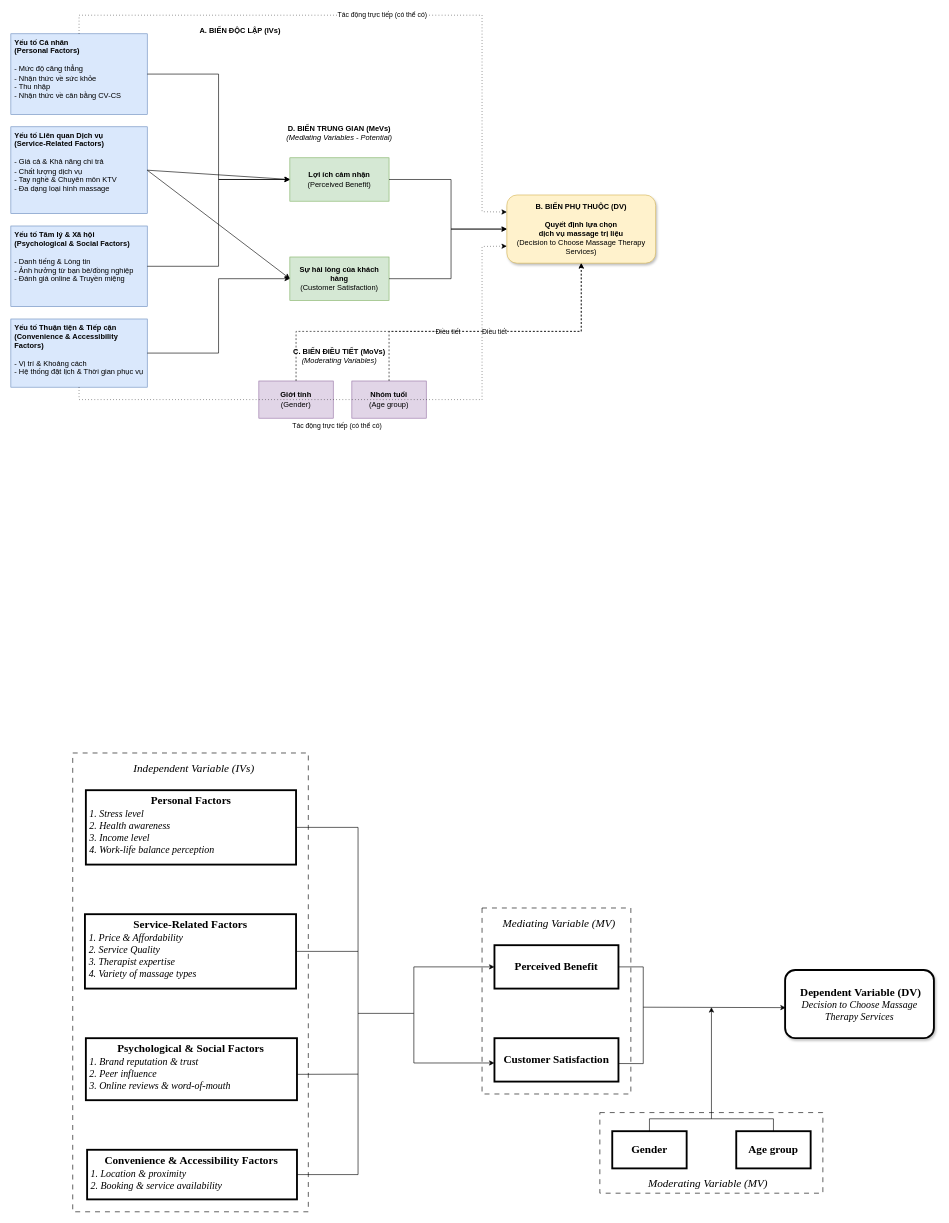
Earlier version of the draw.io diagram Chi.drawio (anhdang42392/Linux). Source tidied: cells renumbered, new cells numbered last; positions are measured from the earlier drawing's top-left corner, leaving out a move shared by most shapes. Both pictures are drawn from the tidied source at 62%, with x=0, y=0 at pixel (11, 15).
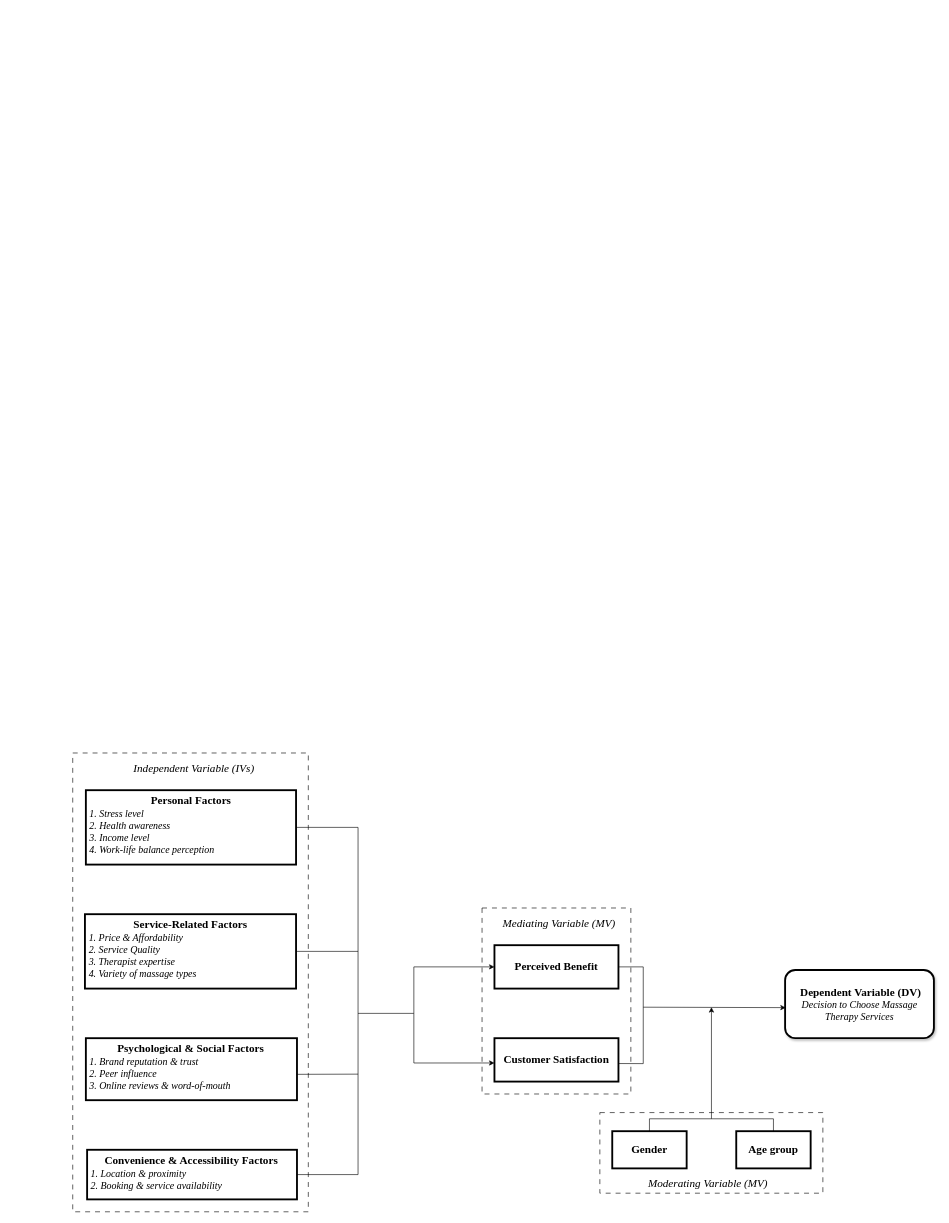
After the change.

Change to the diagram source:
```diff
@@
-    <mxCell id="2" value="&lt;b&gt;Yếu tố Cá nhân&lt;br&gt;(Personal Factors)&lt;/b&gt;&lt;div&gt;&lt;br&gt;&lt;/div&gt;&lt;div&gt;- Mức độ căng thẳng&lt;/div&gt;&lt;div&gt;- Nhận thức về sức khỏe&lt;/div&gt;&lt;div&gt;- Thu nhập&lt;/div&gt;&lt;div&gt;- Nhận thức về cân bằng CV-CS&lt;/div&gt;" style="rounded=0;whiteSpace=wrap;html=1;align=left;verticalAlign=top;spacingLeft=4;fillColor=#dae8fc;strokeColor=#6c8ebf;" parent="1" vertex="1">
-      <mxGeometry y="30" width="220" height="130" as="geometry" />
-    </mxCell>
-    <mxCell id="3" value="&lt;b&gt;Yếu tố Liên quan Dịch vụ&lt;br&gt;(Service-Related Factors)&lt;/b&gt;&lt;div&gt;&lt;br&gt;&lt;/div&gt;&lt;div&gt;- Giá cả &amp;amp; Khả năng chi trả&lt;/div&gt;&lt;div&gt;- Chất lượng dịch vụ&lt;/div&gt;&lt;div&gt;- Tay nghề &amp;amp; Chuyên môn KTV&lt;/div&gt;&lt;div&gt;- Đa dạng loại hình massage&lt;/div&gt;" style="rounded=0;whiteSpace=wrap;html=1;align=left;verticalAlign=top;spacingLeft=4;fillColor=#dae8fc;strokeColor=#6c8ebf;" parent="1" vertex="1">
-      <mxGeometry y="180" width="220" height="140" as="geometry" />
-    </mxCell>
-    <mxCell id="4" value="&lt;b&gt;Yếu tố Tâm lý &amp;amp; Xã hội&lt;br&gt;(Psychological &amp;amp; Social Factors)&lt;/b&gt;&lt;div&gt;&lt;br&gt;&lt;/div&gt;&lt;div&gt;- Danh tiếng &amp;amp; Lòng tin&lt;/div&gt;&lt;div&gt;- Ảnh hưởng từ bạn bè/đồng nghiệp&lt;/div&gt;&lt;div&gt;- Đánh giá online &amp;amp; Truyền miệng&lt;/div&gt;" style="rounded=0;whiteSpace=wrap;html=1;align=left;verticalAlign=top;spacingLeft=4;fillColor=#dae8fc;strokeColor=#6c8ebf;" parent="1" vertex="1">
-      <mxGeometry y="340" width="220" height="130" as="geometry" />
-    </mxCell>
-    <mxCell id="5" value="&lt;b&gt;Yếu tố Thuận tiện &amp;amp; Tiếp cận&lt;br&gt;(Convenience &amp;amp; Accessibility Factors)&lt;/b&gt;&lt;div&gt;&lt;br&gt;&lt;/div&gt;&lt;div&gt;- Vị trí &amp;amp; Khoảng cách&lt;/div&gt;&lt;div&gt;- Hệ thống đặt lịch &amp;amp; Thời gian phục vụ&lt;/div&gt;" style="rounded=0;whiteSpace=wrap;html=1;align=left;verticalAlign=top;spacingLeft=4;fillColor=#dae8fc;strokeColor=#6c8ebf;" parent="1" vertex="1">
-      <mxGeometry y="490" width="220" height="110" as="geometry" />
-    </mxCell>
-    <mxCell id="6" value="&lt;b&gt;B. BIẾN PHỤ THUỘC (DV)&lt;/b&gt;&lt;div&gt;&lt;b&gt;&lt;br&gt;&lt;/b&gt;&lt;/div&gt;&lt;div&gt;&lt;b&gt;Quyết định lựa chọn&lt;/b&gt;&lt;/div&gt;&lt;div&gt;&lt;b&gt;dịch vụ massage trị liệu&lt;/b&gt;&lt;/div&gt;&lt;div&gt;(Decision to Choose Massage Therapy Services)&lt;/div&gt;" style="rounded=1;whiteSpace=wrap;html=1;fillColor=#fff2cc;strokeColor=#d6b656;shadow=1;" parent="1" vertex="1">
-      <mxGeometry x="800" y="290" width="240" height="110" as="geometry" />
-    </mxCell>
-    <mxCell id="7" style="group;" parent="1" vertex="1">
-      <mxGeometry x="290" y="10" width="160" height="30" as="geometry" />
-    </mxCell>
-    <mxCell id="8" value="&lt;b&gt;A. BIẾN ĐỘC LẬP (IVs)&lt;/b&gt;" style="text;html=1;strokeColor=none;fillColor=none;align=center;verticalAlign=middle;whiteSpace=wrap;rounded=0;" parent="7" vertex="1">
-      <mxGeometry width="160" height="30" as="geometry" />
-    </mxCell>
-    <mxCell id="9" value="&lt;b&gt;D. BIẾN TRUNG GIAN (MeVs)&lt;/b&gt;&lt;div&gt;&lt;i&gt;(Mediating Variables - Potential)&lt;/i&gt;&lt;/div&gt;" style="text;html=1;strokeColor=none;fillColor=none;align=center;verticalAlign=middle;whiteSpace=wrap;rounded=0;" parent="1" vertex="1">
-      <mxGeometry x="420" y="170" width="220" height="40" as="geometry" />
-    </mxCell>
-    <mxCell id="10" value="&lt;b&gt;Lợi ích cảm nhận&lt;/b&gt;&lt;div&gt;(Perceived Benefit)&lt;/div&gt;" style="rounded=0;whiteSpace=wrap;html=1;fillColor=#d5e8d4;strokeColor=#82b366;" parent="1" vertex="1">
-      <mxGeometry x="450" y="230" width="160" height="70" as="geometry" />
-    </mxCell>
-    <mxCell id="11" value="&lt;b&gt;Sự hài lòng của khách hàng&lt;/b&gt;&lt;div&gt;(Customer Satisfaction)&lt;/div&gt;" style="rounded=0;whiteSpace=wrap;html=1;fillColor=#d5e8d4;strokeColor=#82b366;" parent="1" vertex="1">
-      <mxGeometry x="450" y="390" width="160" height="70" as="geometry" />
-    </mxCell>
-    <mxCell id="12" value="&lt;b&gt;C. BIẾN ĐIỀU TIẾT (MoVs)&lt;/b&gt;&lt;div&gt;&lt;i&gt;(Moderating Variables)&lt;/i&gt;&lt;/div&gt;" style="text;html=1;strokeColor=none;fillColor=none;align=center;verticalAlign=middle;whiteSpace=wrap;rounded=0;" parent="1" vertex="1">
-      <mxGeometry x="420" y="530" width="220" height="40" as="geometry" />
-    </mxCell>
-    <mxCell id="13" value="&lt;b&gt;Giới tính&lt;/b&gt;&lt;div&gt;(Gender)&lt;/div&gt;" style="rounded=0;whiteSpace=wrap;html=1;fillColor=#e1d5e7;strokeColor=#9673a6;" parent="1" vertex="1">
-      <mxGeometry x="400" y="590" width="120" height="60" as="geometry" />
-    </mxCell>
-    <mxCell id="14" value="&lt;b&gt;Nhóm tuổi&lt;/b&gt;&lt;div&gt;(Age group)&lt;/div&gt;" style="rounded=0;whiteSpace=wrap;html=1;fillColor=#e1d5e7;strokeColor=#9673a6;" parent="1" vertex="1">
-      <mxGeometry x="550" y="590" width="120" height="60" as="geometry" />
-    </mxCell>
-    <mxCell id="15" style="endArrow=classic;html=1;rounded=0;exitX=1;exitY=0.5;exitDx=0;exitDy=0;entryX=0;entryY=0.5;entryDx=0;entryDy=0;" parent="1" edge="1" source="2" target="10">
-      <mxGeometry relative="1" as="geometry">
-        <Array as="points">
-          <mxPoint x="335" y="95" />
-          <mxPoint x="335" y="265" />
-        </Array>
-      </mxGeometry>
-    </mxCell>
-    <mxCell id="16" style="endArrow=classic;html=1;rounded=0;exitX=1;exitY=0.5;exitDx=0;exitDy=0;" parent="1" edge="1" source="3">
-      <mxGeometry relative="1" as="geometry">
-        <mxPoint x="450" y="265" as="targetPoint" />
-      </mxGeometry>
-    </mxCell>
-    <mxCell id="17" style="endArrow=classic;html=1;rounded=0;exitX=1;exitY=0.5;exitDx=0;exitDy=0;entryX=0;entryY=0.5;entryDx=0;entryDy=0;" parent="1" edge="1" source="4" target="10">
-      <mxGeometry relative="1" as="geometry">
-        <Array as="points">
-          <mxPoint x="335" y="405" />
-          <mxPoint x="335" y="265" />
-        </Array>
-      </mxGeometry>
-    </mxCell>
-    <mxCell id="18" style="endArrow=classic;html=1;rounded=0;exitX=1;exitY=0.5;exitDx=0;exitDy=0;entryX=0;entryY=0.5;entryDx=0;entryDy=0;" parent="1" edge="1" source="3" target="11">
-      <mxGeometry relative="1" as="geometry" />
-    </mxCell>
-    <mxCell id="19" style="endArrow=classic;html=1;rounded=0;exitX=1;exitY=0.5;exitDx=0;exitDy=0;entryX=0;entryY=0.5;entryDx=0;entryDy=0;" parent="1" edge="1" source="5" target="11">
-      <mxGeometry relative="1" as="geometry">
-        <Array as="points">
-          <mxPoint x="335" y="545" />
-          <mxPoint x="335" y="425" />
-        </Array>
-      </mxGeometry>
-    </mxCell>
-    <mxCell id="20" style="endArrow=classic;html=1;rounded=0;exitX=1;exitY=0.5;exitDx=0;exitDy=0;entryX=0;entryY=0.5;entryDx=0;entryDy=0;" parent="1" edge="1" source="10" target="6">
-      <mxGeometry relative="1" as="geometry">
-        <Array as="points">
-          <mxPoint x="710" y="265" />
-          <mxPoint x="710" y="345" />
-        </Array>
-      </mxGeometry>
-    </mxCell>
-    <mxCell id="21" style="endArrow=classic;html=1;rounded=0;exitX=1;exitY=0.5;exitDx=0;exitDy=0;entryX=0;entryY=0.5;entryDx=0;entryDy=0;" parent="1" edge="1" source="11" target="6">
-      <mxGeometry relative="1" as="geometry">
-        <Array as="points">
-          <mxPoint x="710" y="425" />
-          <mxPoint x="710" y="345" />
-        </Array>
-      </mxGeometry>
-    </mxCell>
-    <mxCell id="22" value="Điều tiết" style="endArrow=classic;html=1;rounded=0;entryX=0.5;entryY=1;entryDx=0;entryDy=0;dashed=1;" parent="1" edge="1" target="6">
-      <mxGeometry relative="1" as="geometry">
-        <mxPoint x="460" y="590" as="sourcePoint" />
-        <Array as="points">
-          <mxPoint x="460" y="510" />
-          <mxPoint x="920" y="510" />
-        </Array>
-      </mxGeometry>
-    </mxCell>
-    <mxCell id="23" value="Điều tiết" style="endArrow=classic;html=1;rounded=0;entryX=0.5;entryY=1;entryDx=0;entryDy=0;dashed=1;" parent="1" edge="1">
-      <mxGeometry relative="1" as="geometry">
-        <mxPoint x="610" y="590" as="sourcePoint" />
-        <mxPoint x="920" y="400" as="targetPoint" />
-        <Array as="points">
-          <mxPoint x="610" y="510" />
-          <mxPoint x="920" y="510" />
-        </Array>
-      </mxGeometry>
-    </mxCell>
-    <mxCell id="24" value="Tác động trực tiếp (có thể có)" style="endArrow=classic;html=1;rounded=0;exitX=0.5;exitY=0;exitDx=0;exitDy=0;entryX=0;entryY=0.25;entryDx=0;entryDy=0;dashed=1;dashPattern=1 4;" parent="1" edge="1" source="2" target="6">
-      <mxGeometry relative="1" as="geometry">
-        <Array as="points">
-          <mxPoint x="110" />
-          <mxPoint x="760" />
-          <mxPoint x="760" y="317" />
-        </Array>
-      </mxGeometry>
-    </mxCell>
-    <mxCell id="25" value="Tác động trực tiếp (có thể có)" style="endArrow=classic;html=1;rounded=0;exitX=0.5;exitY=1;exitDx=0;exitDy=0;entryX=0;entryY=0.75;entryDx=0;entryDy=0;dashed=1;dashPattern=1 4;" parent="1" edge="1" source="5" target="6">
-      <mxGeometry x="-0.09" y="-42" relative="1" as="geometry">
-        <Array as="points">
-          <mxPoint x="110" y="620" />
-          <mxPoint x="760" y="620" />
-          <mxPoint x="760" y="373" />
-        </Array>
-        <mxPoint x="1" as="offset" />
-      </mxGeometry>
-    </mxCell>
```
